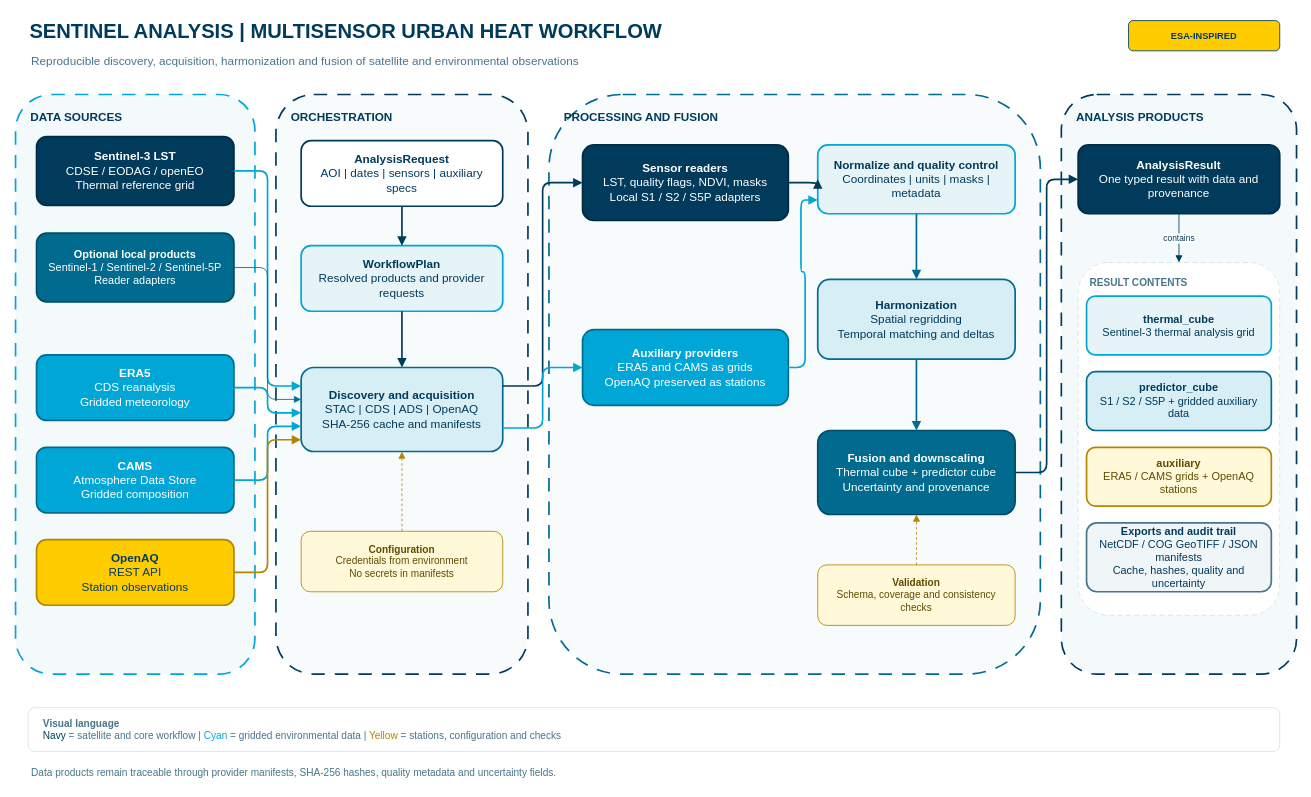
JSempereH/Sentinel-Orchestrator keeps this draw.io diagram as docs/assets/architecture.drawio. Above is the earlier version. Source tidied: cells renumbered, new cells numbered last; positions are measured from the earlier drawing's top-left corner, leaving out a move shared by most shapes. Both pictures are drawn from the tidied source at 84%, with x=0, y=0 at pixel (15, 14).
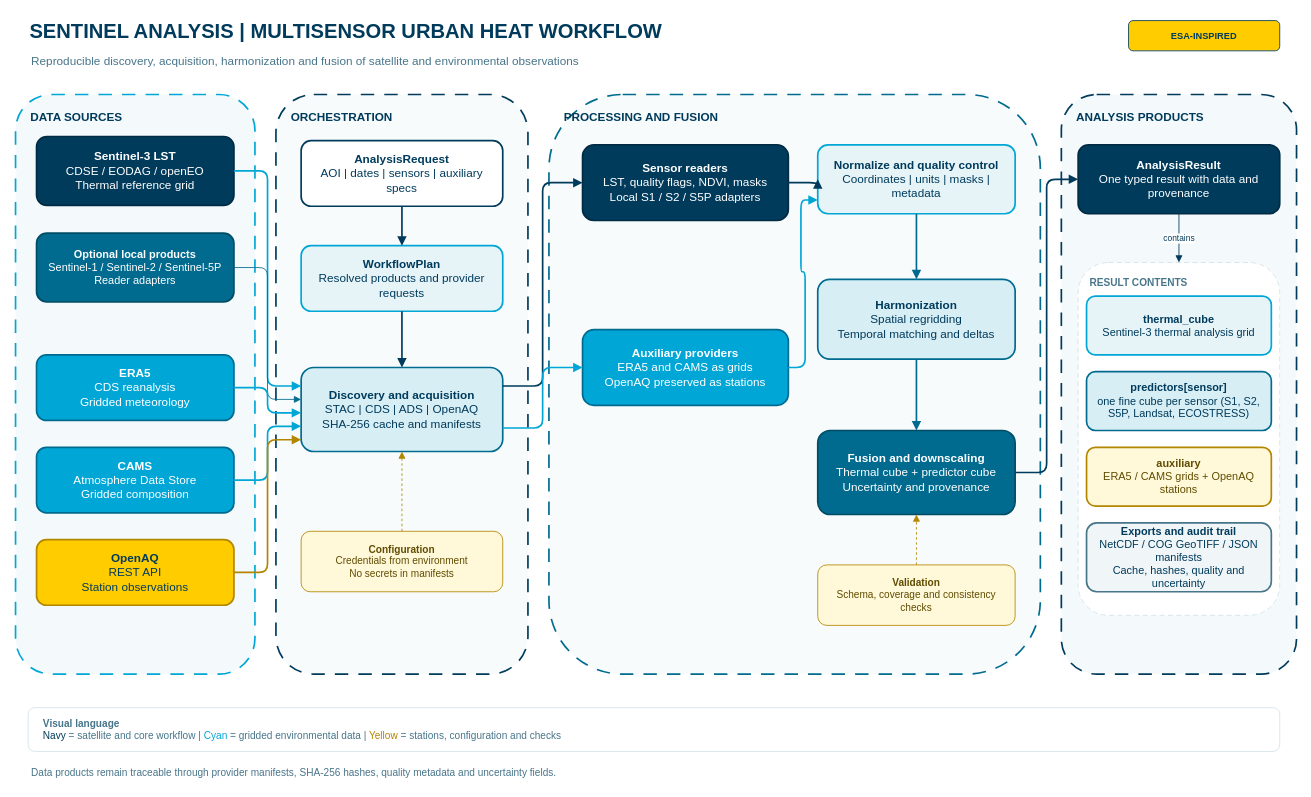
Above is the later version.

The edit, as a diff of the source:
```diff
@@
-    <mxCell id="27" value="&lt;b&gt;predictor_cube&lt;/b&gt;&lt;br&gt;S1 / S2 / S5P + gridded auxiliary data" style="rounded=1;whiteSpace=wrap;html=1;fillColor=#D7EEF5;strokeColor=#006B8F;strokeWidth=2;fontFamily=Arial;fontSize=13;fontColor=#003B5C;align=center;verticalAlign=middle;spacing=8;" parent="1" vertex="1">
+    <mxCell id="27" value="&lt;b&gt;predictors[sensor]&lt;/b&gt;&lt;br&gt;one fine cube per sensor (S1, S2, S5P, Landsat, ECOSTRESS)" style="rounded=1;whiteSpace=wrap;html=1;fillColor=#D7EEF5;strokeColor=#006B8F;strokeWidth=2;fontFamily=Arial;fontSize=13;fontColor=#003B5C;align=center;verticalAlign=middle;spacing=8;" parent="1" vertex="1">
       <mxGeometry x="1275" y="425" width="220" height="70" as="geometry" />
     </mxCell>
```
